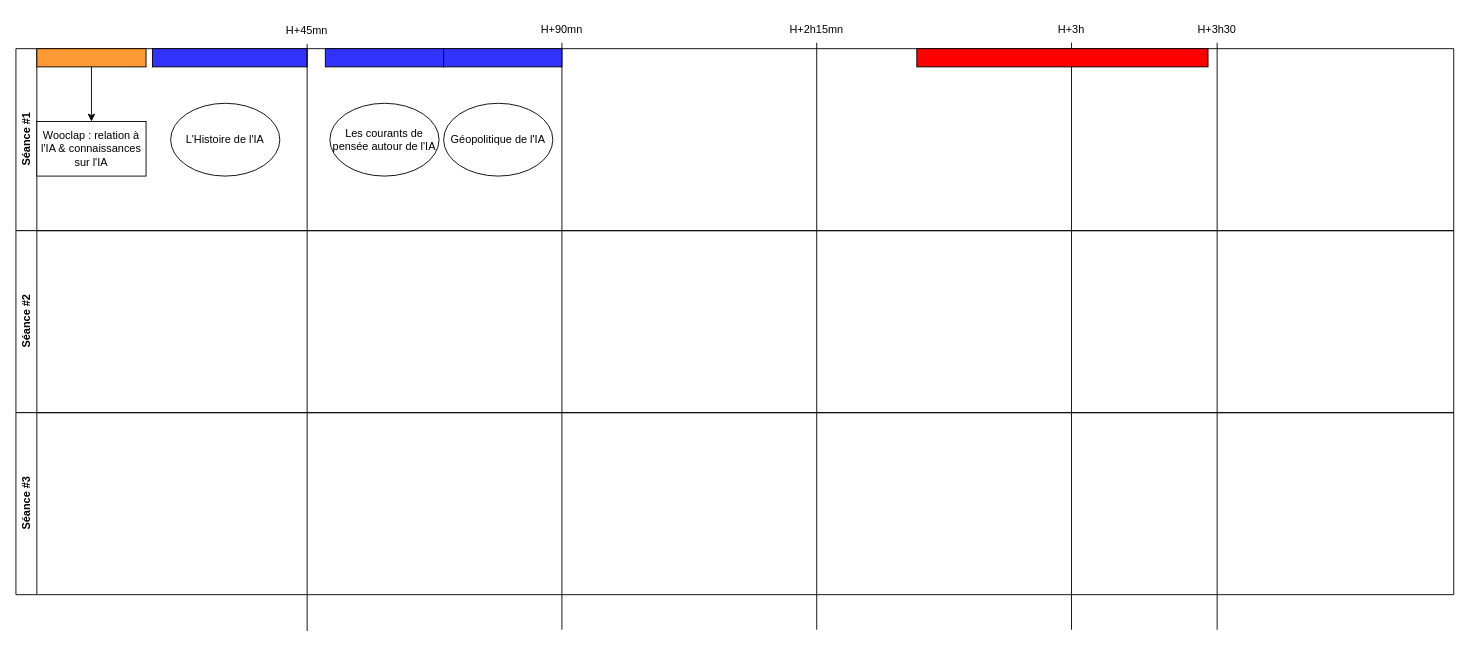
Earlier version of the draw.io diagram page "Economie des séances" (3 of 3) of Cours IA et RH.drawio (Fabrice-64/Drawings). Source tidied: cells renumbered, new cells numbered last; positions are measured from the earlier drawing's top-left corner, leaving out a move shared by most shapes. Both pictures are drawn from the tidied source at 91%, with x=0, y=0 at pixel (15, 15).
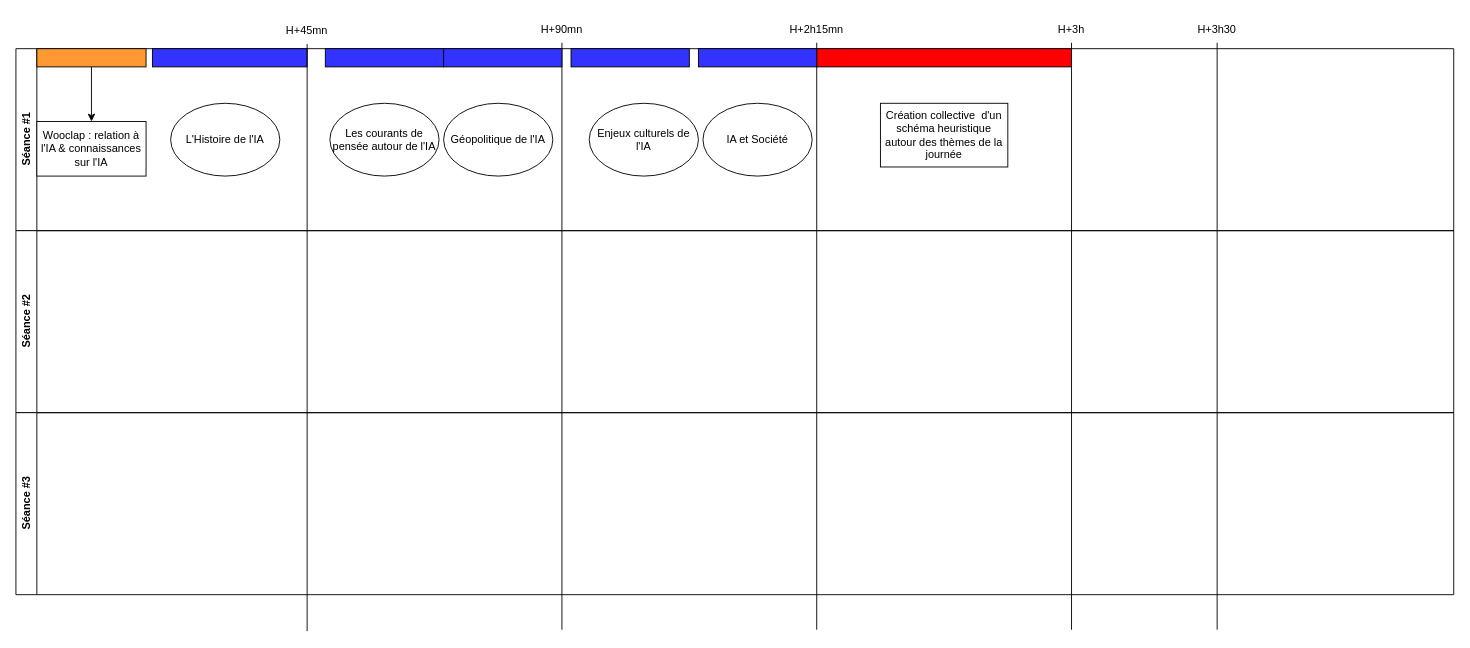
After the change.

Unchanged cells that the change refers to:
```xml
<mxCell id="2" value="Séance #1" style="swimlane;horizontal=0;whiteSpace=wrap;html=1;" parent="1" vertex="1">
  <mxGeometry y="36" width="1580" height="200" as="geometry" />
</mxCell>
```

Change to the diagram source:
```diff
@@
     <mxCell id="14" style="rounded=0;whiteSpace=wrap;html=1;fillColor=#FF0000;" parent="2" vertex="1">
-      <mxGeometry x="990" width="320" height="20" as="geometry" />
+      <mxGeometry x="880" width="280" height="20" as="geometry" />
     </mxCell>
@@
+    <mxCell id="25" value="Enjeux culturels de l'IA" style="ellipse;whiteSpace=wrap;html=1;" parent="2" vertex="1">
+      <mxGeometry x="630" y="60" width="120" height="80" as="geometry" />
+    </mxCell>
+    <mxCell id="26" style="rounded=0;whiteSpace=wrap;html=1;fillColor=#3333FF;" parent="2" vertex="1">
+      <mxGeometry x="610" width="130" height="20" as="geometry" />
+    </mxCell>
+    <mxCell id="27" style="rounded=0;whiteSpace=wrap;html=1;fillColor=#3333FF;" parent="2" vertex="1">
+      <mxGeometry x="750" width="130" height="20" as="geometry" />
+    </mxCell>
+    <mxCell id="28" value="IA et Société" style="ellipse;whiteSpace=wrap;html=1;" parent="2" vertex="1">
+      <mxGeometry x="755" y="60" width="120" height="80" as="geometry" />
+    </mxCell>
+    <mxCell id="29" value="Création collective&amp;nbsp; d'un schéma heuristique autour des thèmes de la journée" style="rounded=0;whiteSpace=wrap;html=1;" parent="2" vertex="1">
+      <mxGeometry x="950" y="60" width="140" height="70" as="geometry" />
+    </mxCell>
```
